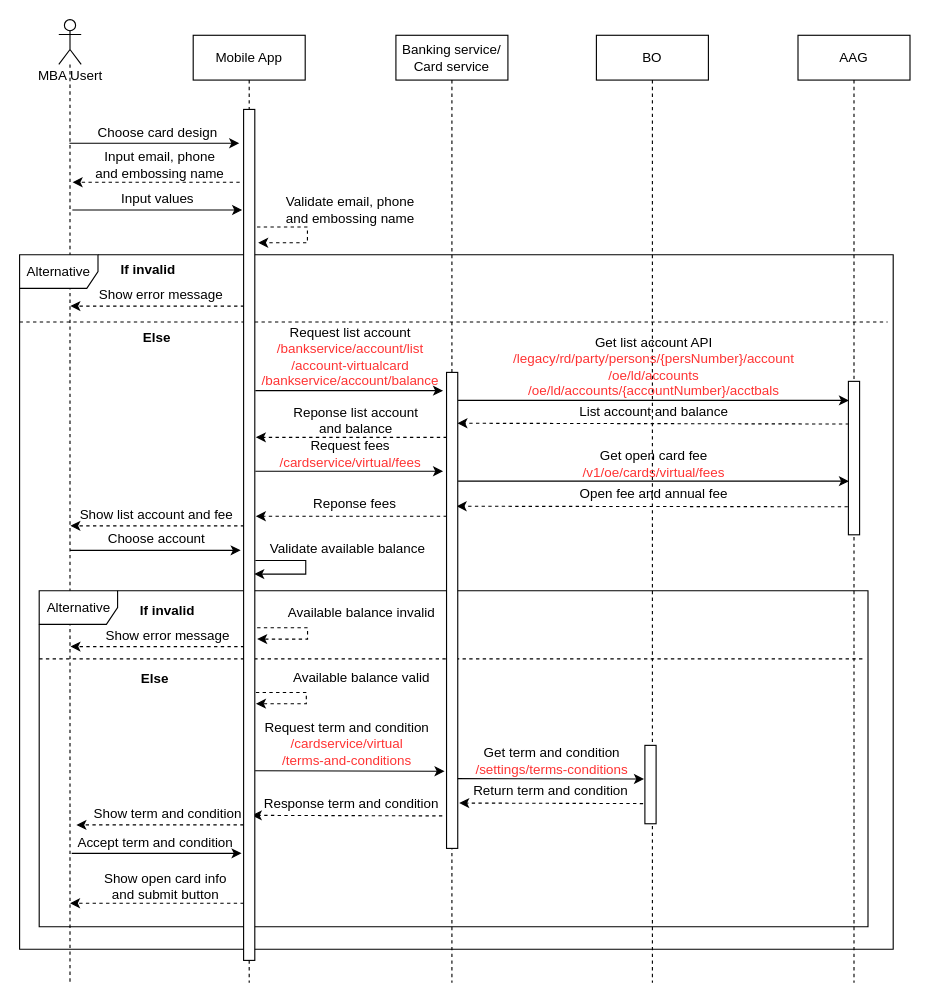
Earlier version of the draw.io diagram page "Open-card-user-info" (3 of 14) of Sequence Diagram.drawio (lyminh1994/diagram). Source tidied: cells renumbered, new cells numbered last; positions are measured from the earlier drawing's top-left corner, leaving out a move shared by most shapes. Both pictures are drawn from the tidied source at 112%, with x=0, y=0 at pixel (19, 19).
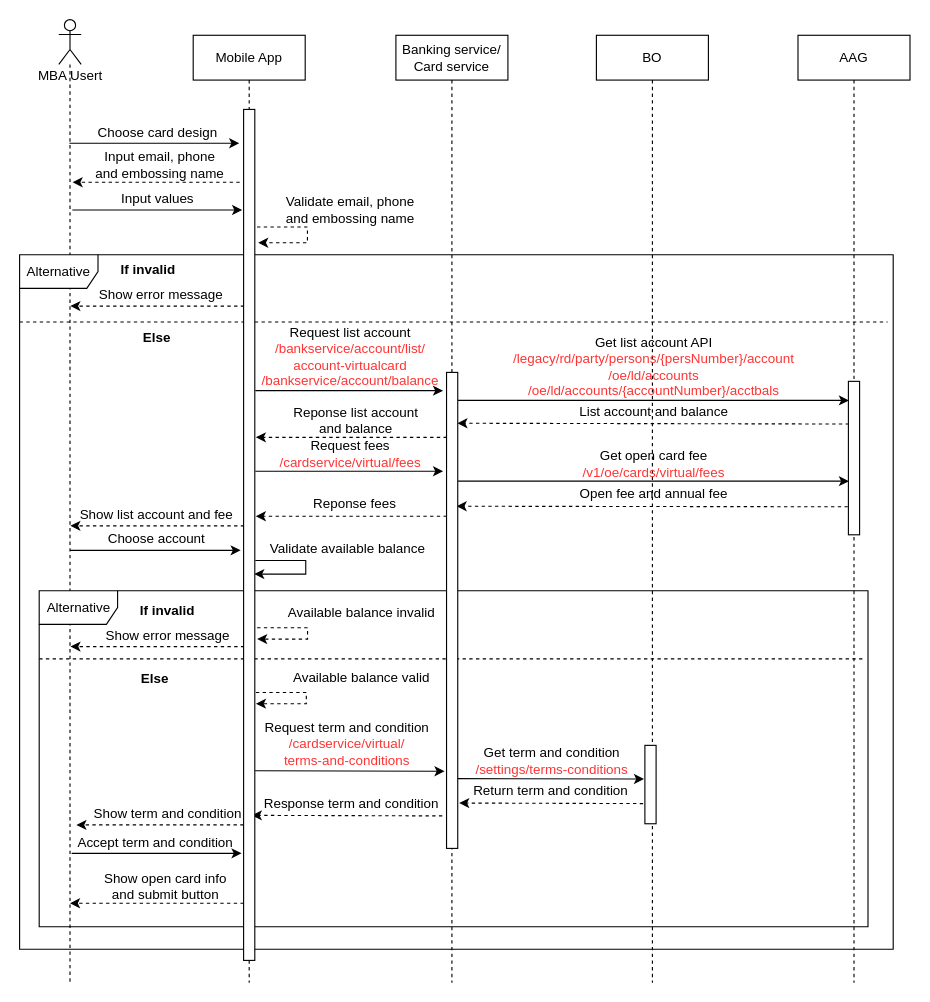
The same page after the edit.

The edit, as a diff of the source:
```diff
@@
-    <mxCell id="23" value="Request list account&lt;br&gt;&lt;font color=&quot;#ff3333&quot;&gt;/bankservice/account/list&lt;br&gt;/account-virtualcard&lt;br&gt;/bankservice/account/balance&lt;br&gt;&lt;/font&gt;" style="text;html=1;align=center;verticalAlign=middle;strokeColor=none;fontSize=12;" parent="1" vertex="1">
+    <mxCell id="23" value="Request list account&lt;br&gt;&lt;font color=&quot;#ff3333&quot;&gt;/bankservice/account/list/&lt;br&gt;account-virtualcard&lt;br&gt;/bankservice/account/balance&lt;br&gt;&lt;/font&gt;" style="text;html=1;align=center;verticalAlign=middle;strokeColor=none;fontSize=12;" parent="1" vertex="1">
       <mxGeometry x="210" y="271" width="170" height="60" as="geometry" />
     </mxCell>
@@
-    <mxCell id="53" value="Request term and condition&lt;br&gt;&lt;font color=&quot;#ff3333&quot;&gt;/cardservice/virtual&lt;br&gt;/terms-and-conditions&lt;/font&gt;" style="text;html=1;align=center;verticalAlign=middle;strokeColor=none;fontSize=12;" parent="1" vertex="1">
+    <mxCell id="53" value="Request term and condition&lt;br&gt;&lt;font color=&quot;#ff3333&quot;&gt;/cardservice/virtual/&lt;br&gt;terms-and-conditions&lt;/font&gt;" style="text;html=1;align=center;verticalAlign=middle;strokeColor=none;fontSize=12;" parent="1" vertex="1">
       <mxGeometry x="212.2" y="622" width="160" height="50" as="geometry" />
     </mxCell>
```
